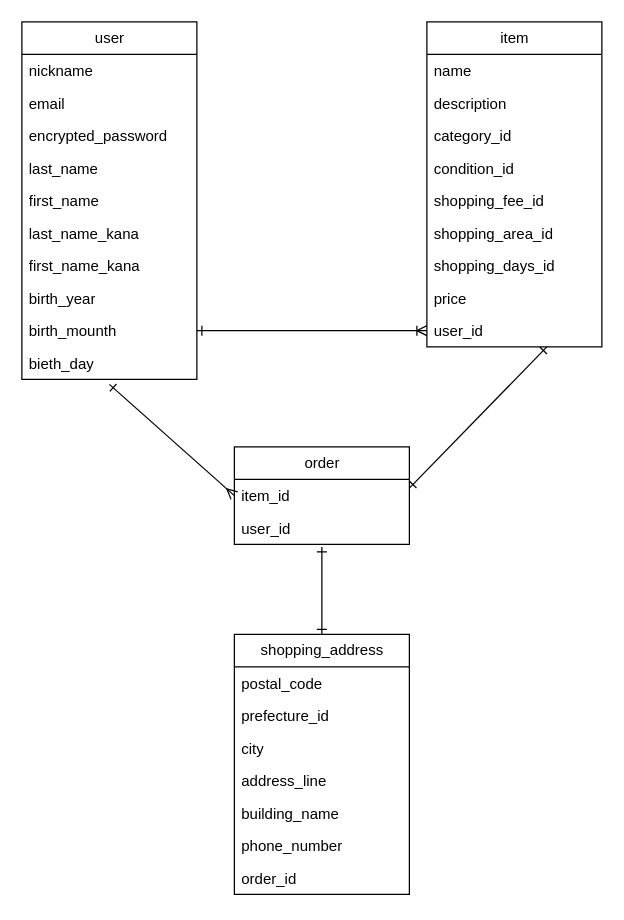
Earlier version of the draw.io diagram Furima.dio (osuzu29/furima-41675). Source tidied: cells renumbered, new cells numbered last; positions are measured from the earlier drawing's top-left corner, leaving out a move shared by most shapes. Both pictures are drawn from the tidied source at 125%, with x=0, y=0 at pixel (21, 21).
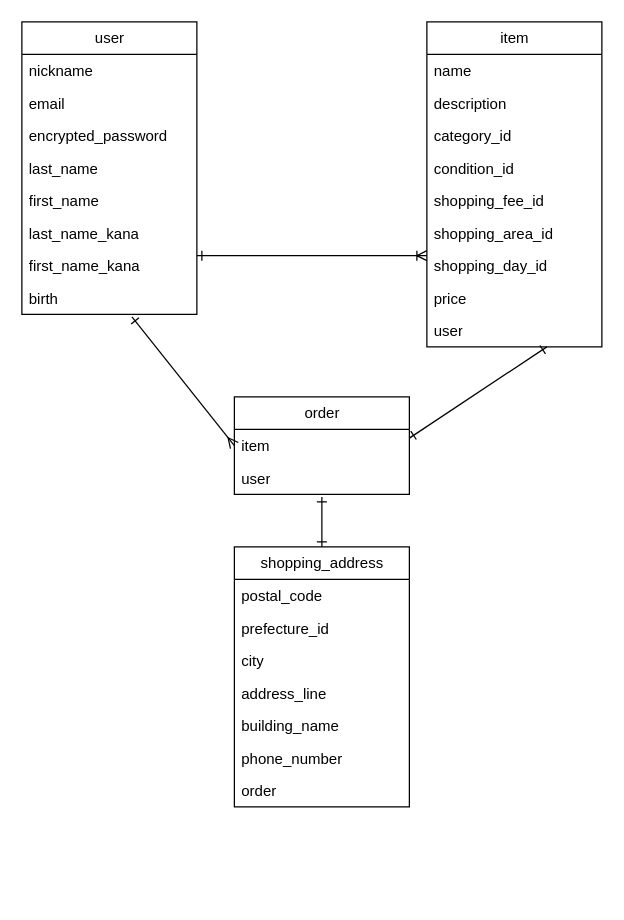
Above is the later version.

The change refers to these unchanged cells:
```xml
<mxCell id="2" value="item" style="swimlane;fontStyle=0;horizontal=1;startSize=26;fillColor=none;html=1;rounded=0;" parent="1" vertex="1">
  <mxGeometry x="324" width="140" height="260" as="geometry" />
</mxCell>
```

What changed in the source:
```diff
@@
-    <mxCell id="9" value="shopping_days_id" style="text;strokeColor=none;fillColor=none;align=left;verticalAlign=top;spacingLeft=4;spacingRight=4;overflow=hidden;whiteSpace=wrap;html=1;rounded=0;" parent="2" vertex="1">
+    <mxCell id="9" value="shopping_day_id" style="text;strokeColor=none;fillColor=none;align=left;verticalAlign=top;spacingLeft=4;spacingRight=4;overflow=hidden;whiteSpace=wrap;html=1;rounded=0;" parent="2" vertex="1">
       <mxGeometry y="182" width="140" height="26" as="geometry" />
     </mxCell>
@@
-    <mxCell id="11" value="user_id" style="text;strokeColor=none;fillColor=none;align=left;verticalAlign=top;spacingLeft=4;spacingRight=4;overflow=hidden;points=[[0,0.5],[1,0.5]];portConstraint=eastwest;whiteSpace=wrap;html=1;rounded=0;" parent="2" vertex="1">
+    <mxCell id="11" value="user" style="text;strokeColor=none;fillColor=none;align=left;verticalAlign=top;spacingLeft=4;spacingRight=4;overflow=hidden;points=[[0,0.5],[1,0.5]];portConstraint=eastwest;whiteSpace=wrap;html=1;rounded=0;" parent="2" vertex="1">
       <mxGeometry y="234" width="140" height="26" as="geometry" />
     </mxCell>
     <mxCell id="12" value="user&lt;br&gt;" style="swimlane;fontStyle=0;horizontal=1;startSize=26;fillColor=none;html=1;rounded=0;" parent="1" vertex="1">
-      <mxGeometry width="140" height="286" as="geometry" />
+      <mxGeometry width="140" height="234" as="geometry" />
     </mxCell>
@@
-    <mxCell id="20" value="birth_year" style="text;strokeColor=none;fillColor=none;align=left;verticalAlign=top;spacingLeft=4;spacingRight=4;overflow=hidden;points=[[0,0.5],[1,0.5]];portConstraint=eastwest;whiteSpace=wrap;html=1;rounded=0;" parent="12" vertex="1">
+    <mxCell id="20" value="birth" style="text;strokeColor=none;fillColor=none;align=left;verticalAlign=top;spacingLeft=4;spacingRight=4;overflow=hidden;points=[[0,0.5],[1,0.5]];portConstraint=eastwest;whiteSpace=wrap;html=1;rounded=0;" parent="12" vertex="1">
       <mxGeometry y="208" width="140" height="26" as="geometry" />
     </mxCell>
-    <mxCell id="21" value="birth_mounth" style="text;strokeColor=none;fillColor=none;align=left;verticalAlign=top;spacingLeft=4;spacingRight=4;overflow=hidden;points=[[0,0.5],[1,0.5]];portConstraint=eastwest;whiteSpace=wrap;html=1;rounded=0;" parent="12" vertex="1">
-      <mxGeometry y="234" width="140" height="26" as="geometry" />
-    </mxCell>
-    <mxCell id="22" value="bieth_day" style="text;strokeColor=none;fillColor=none;align=left;verticalAlign=top;spacingLeft=4;spacingRight=4;overflow=hidden;whiteSpace=wrap;html=1;rounded=0;" parent="12" vertex="1">
-      <mxGeometry y="260" width="140" height="26" as="geometry" />
-    </mxCell>
     <mxCell id="23" value="shopping_address" style="swimlane;fontStyle=0;horizontal=1;startSize=26;fillColor=none;html=1;rounded=0;" parent="1" vertex="1">
-      <mxGeometry x="170" y="490" width="140" height="208" as="geometry" />
+      <mxGeometry x="170" y="420" width="140" height="208" as="geometry" />
     </mxCell>
@@
-    <mxCell id="30" value="order_id" style="text;strokeColor=none;fillColor=none;align=left;verticalAlign=top;spacingLeft=4;spacingRight=4;overflow=hidden;whiteSpace=wrap;html=1;rounded=0;" parent="23" vertex="1">
+    <mxCell id="30" value="order" style="text;strokeColor=none;fillColor=none;align=left;verticalAlign=top;spacingLeft=4;spacingRight=4;overflow=hidden;whiteSpace=wrap;html=1;rounded=0;" parent="23" vertex="1">
       <mxGeometry y="182" width="140" height="26" as="geometry" />
     </mxCell>
     <mxCell id="31" value="order" style="swimlane;fontStyle=0;horizontal=1;startSize=26;fillColor=none;html=1;rounded=0;" parent="1" vertex="1">
-      <mxGeometry x="170" y="340" width="140" height="78" as="geometry" />
+      <mxGeometry x="170" y="300" width="140" height="78" as="geometry" />
     </mxCell>
-    <mxCell id="32" value="item_id" style="text;strokeColor=none;fillColor=none;align=left;verticalAlign=top;spacingLeft=4;spacingRight=4;overflow=hidden;points=[[0,0.5],[1,0.5]];portConstraint=eastwest;whiteSpace=wrap;html=1;rounded=0;" parent="31" vertex="1">
+    <mxCell id="32" value="item" style="text;strokeColor=none;fillColor=none;align=left;verticalAlign=top;spacingLeft=4;spacingRight=4;overflow=hidden;points=[[0,0.5],[1,0.5]];portConstraint=eastwest;whiteSpace=wrap;html=1;rounded=0;" parent="31" vertex="1">
       <mxGeometry y="26" width="140" height="26" as="geometry" />
     </mxCell>
-    <mxCell id="33" value="user_id" style="text;strokeColor=none;fillColor=none;align=left;verticalAlign=top;spacingLeft=4;spacingRight=4;overflow=hidden;points=[[0,0.5],[1,0.5]];portConstraint=eastwest;whiteSpace=wrap;html=1;rounded=0;" parent="31" vertex="1">
+    <mxCell id="33" value="user" style="text;strokeColor=none;fillColor=none;align=left;verticalAlign=top;spacingLeft=4;spacingRight=4;overflow=hidden;points=[[0,0.5],[1,0.5]];portConstraint=eastwest;whiteSpace=wrap;html=1;rounded=0;" parent="31" vertex="1">
       <mxGeometry y="52" width="140" height="26" as="geometry" />
     </mxCell>
-    <mxCell id="34" style="edgeStyle=none;html=1;exitX=1;exitY=0.5;exitDx=0;exitDy=0;entryX=0;entryY=0.5;entryDx=0;entryDy=0;endArrow=ERoneToMany;endFill=0;startArrow=ERone;startFill=0;rounded=0;" parent="1" edge="1" source="21" target="11">
-      <mxGeometry relative="1" as="geometry" />
+    <mxCell id="34" style="edgeStyle=none;html=1;entryX=0;entryY=0.5;entryDx=0;entryDy=0;endArrow=ERoneToMany;endFill=0;startArrow=ERone;startFill=0;rounded=0;" parent="1" edge="1">
+      <mxGeometry relative="1" as="geometry">
+        <mxPoint x="140" y="187" as="sourcePoint" />
+        <mxPoint x="324" y="187" as="targetPoint" />
+        <Array as="points">
+          <mxPoint x="230" y="187" />
+        </Array>
+      </mxGeometry>
     </mxCell>
-    <mxCell id="35" style="edgeStyle=none;html=1;entryX=0;entryY=0.5;entryDx=0;entryDy=0;startArrow=ERone;startFill=0;endArrow=ERmany;endFill=0;rounded=0;" parent="1" edge="1" target="32">
-      <mxGeometry relative="1" as="geometry">
-        <mxPoint x="70" y="290" as="sourcePoint" />
-      </mxGeometry>
+    <mxCell id="35" style="edgeStyle=none;html=1;entryX=0;entryY=0.5;entryDx=0;entryDy=0;startArrow=ERone;startFill=0;endArrow=ERmany;endFill=0;rounded=0;exitX=0.629;exitY=1.077;exitDx=0;exitDy=0;exitPerimeter=0;" parent="1" edge="1" source="20" target="32">
+      <mxGeometry relative="1" as="geometry" />
     </mxCell>
```
